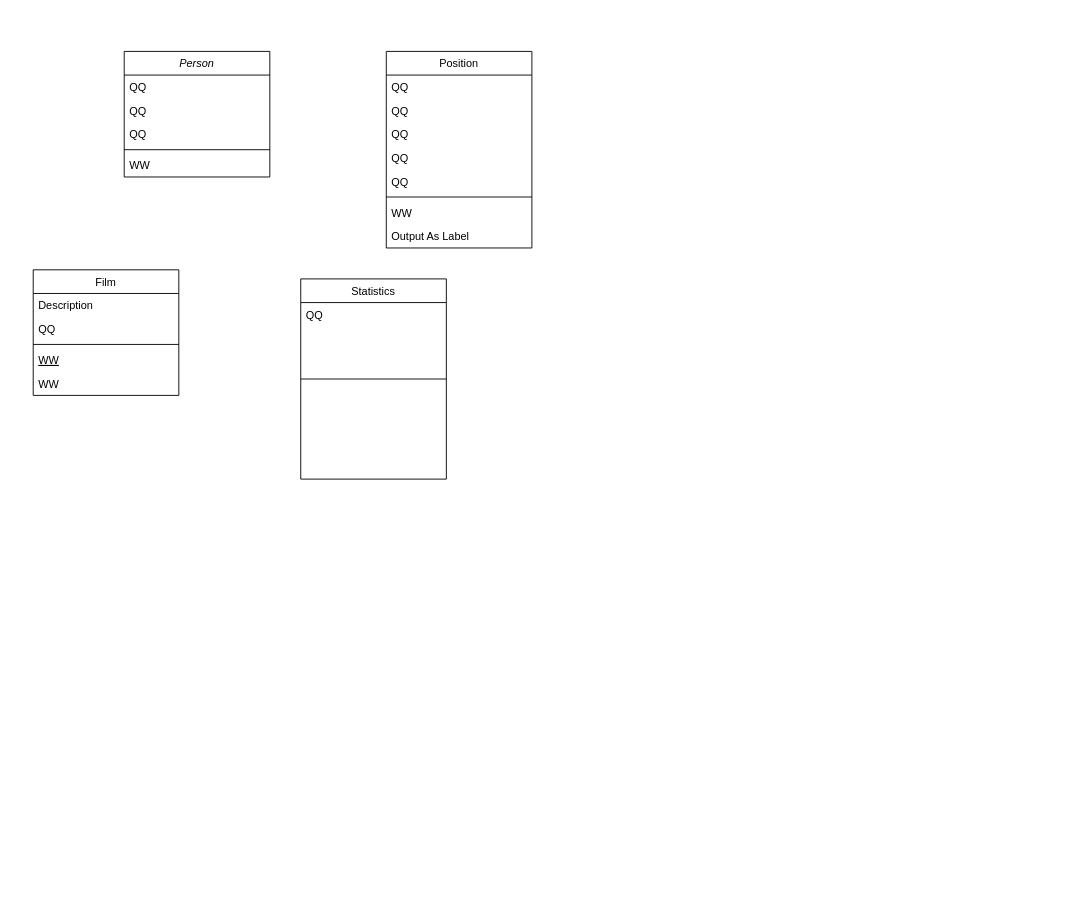
Earlier version of the draw.io diagram UML.drawio (demogi4523/lunx1b_hw2_sql). Source tidied: cells renumbered, new cells numbered last; positions are measured from the earlier drawing's top-left corner, leaving out a move shared by most shapes. Both pictures are drawn from the tidied source at 91%, with x=0, y=0 at pixel (33, 51).
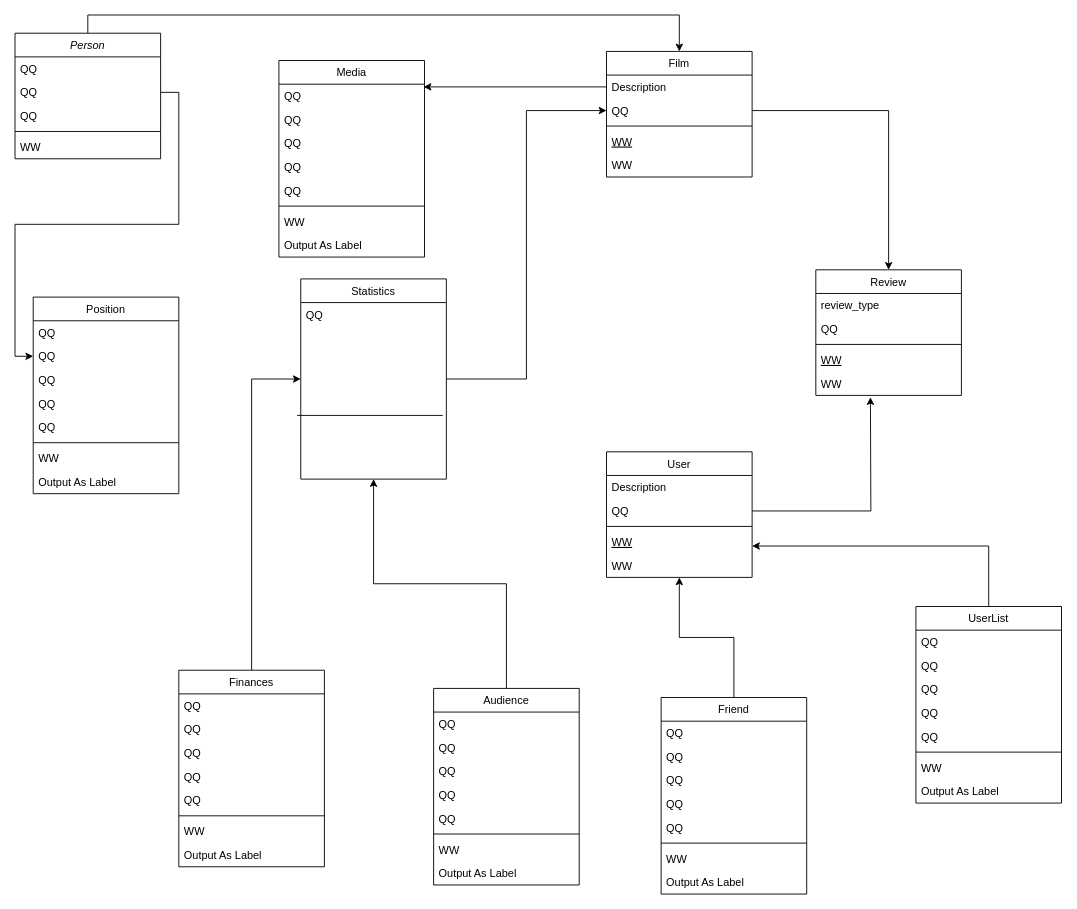
The same page after the edit.

Commit message:
(chore): Add first approximation of DB UML schema

The change refers to these unchanged cells:
```xml
<mxCell id="4" value="QQ" style="text;align=left;verticalAlign=top;spacingLeft=4;spacingRight=4;overflow=hidden;points=[[0,0.5],[1,0.5]];portConstraint=eastwest;rounded=0;shadow=0;html=0;" parent="2" vertex="1">
  <mxGeometry y="52" width="160" height="26" as="geometry" />
</mxCell>
<mxCell id="9" value="Description" style="text;align=left;verticalAlign=top;spacingLeft=4;spacingRight=4;overflow=hidden;points=[[0,0.5],[1,0.5]];portConstraint=eastwest;" parent="8" vertex="1">
  <mxGeometry y="26" width="160" height="26" as="geometry" />
</mxCell>
<mxCell id="10" value="QQ" style="text;align=left;verticalAlign=top;spacingLeft=4;spacingRight=4;overflow=hidden;points=[[0,0.5],[1,0.5]];portConstraint=eastwest;rounded=0;shadow=0;html=0;" parent="8" vertex="1">
  <mxGeometry y="52" width="160" height="26" as="geometry" />
</mxCell>
<mxCell id="14" value="Statistics&#10;" style="swimlane;fontStyle=0;align=center;verticalAlign=top;horizontal=1;startSize=26;rounded=0;shadow=0;strokeWidth=1;" parent="1" vertex="1">
  <mxGeometry x="294" y="250" width="160" height="220" as="geometry" />
</mxCell>
<mxCell id="18" value="QQ" style="text;align=left;verticalAlign=top;spacingLeft=4;spacingRight=4;overflow=hidden;points=[[0,0.5],[1,0.5]];portConstraint=eastwest;rounded=0;shadow=0;html=0;" parent="16" vertex="1">
  <mxGeometry y="52" width="160" height="26" as="geometry" />
</mxCell>
```

What changed in the source:
```diff
@@
+    <mxCell id="26" style="edgeStyle=orthogonalEdgeStyle;rounded=0;jettySize=auto;html=1;exitX=0.5;exitY=0;exitDx=0;exitDy=0;entryX=0.5;entryY=0;entryDx=0;entryDy=0;" parent="1" edge="1" source="2" target="8">
+      <mxGeometry relative="1" as="geometry" />
+    </mxCell>
     <mxCell id="2" value="Person" style="swimlane;fontStyle=2;align=center;verticalAlign=top;horizontal=1;startSize=26;rounded=0;shadow=0;strokeWidth=1;" parent="1" vertex="1">
-      <mxGeometry x="100" width="160" height="138" as="geometry" />
+      <mxGeometry x="-20" y="-20" width="160" height="138" as="geometry" />
     </mxCell>
@@
     <mxCell id="8" value="Film" style="swimlane;fontStyle=0;align=center;verticalAlign=top;horizontal=1;startSize=26;rounded=0;shadow=0;strokeWidth=1;" parent="1" vertex="1">
-      <mxGeometry y="240" width="160" height="138" as="geometry" />
+      <mxGeometry x="630" width="160" height="138" as="geometry" />
     </mxCell>
@@
+    <mxCell id="27" style="edgeStyle=orthogonalEdgeStyle;rounded=0;jettySize=auto;html=1;exitX=1;exitY=0.5;exitDx=0;exitDy=0;entryX=0;entryY=0.5;entryDx=0;entryDy=0;" parent="1" edge="1" source="14" target="10">
+      <mxGeometry relative="1" as="geometry" />
+    </mxCell>
@@
     <mxCell id="16" value="Position" style="swimlane;fontStyle=0;align=center;verticalAlign=top;horizontal=1;startSize=26;rounded=0;shadow=0;strokeWidth=1;" parent="1" vertex="1">
-      <mxGeometry x="388" width="160" height="216" as="geometry" />
+      <mxGeometry y="270" width="160" height="216" as="geometry" />
     </mxCell>
@@
-    <mxCell id="25" style="endArrow=none;html=1;rounded=0;exitX=0;exitY=0.5;exitDx=0;exitDy=0;entryX=1;entryY=0.5;entryDx=0;entryDy=0;" parent="1" edge="1" source="14" target="14">
-      <mxGeometry relative="1" as="geometry" />
+    <mxCell id="25" style="endArrow=none;html=1;rounded=0;" parent="1" edge="1">
+      <mxGeometry relative="1" as="geometry">
+        <mxPoint x="290" y="400" as="sourcePoint" />
+        <mxPoint x="450" y="400" as="targetPoint" />
+      </mxGeometry>
     </mxCell>
+    <mxCell id="28" value="User" style="swimlane;fontStyle=0;align=center;verticalAlign=top;horizontal=1;startSize=26;rounded=0;shadow=0;strokeWidth=1;" parent="1" vertex="1">
+      <mxGeometry x="630" y="440" width="160" height="138" as="geometry" />
+    </mxCell>
+    <mxCell id="29" value="Description" style="text;align=left;verticalAlign=top;spacingLeft=4;spacingRight=4;overflow=hidden;" parent="28" vertex="1">
+      <mxGeometry y="26" width="160" height="26" as="geometry" />
+    </mxCell>
+    <mxCell id="30" style="edgeStyle=orthogonalEdgeStyle;rounded=0;jettySize=auto;html=1;exitX=1;exitY=0.5;exitDx=0;exitDy=0;" parent="28" edge="1" source="31">
+      <mxGeometry relative="1" as="geometry">
+        <mxPoint x="290" y="-60" as="targetPoint" />
+      </mxGeometry>
+    </mxCell>
+    <mxCell id="31" value="QQ" style="text;align=left;verticalAlign=top;spacingLeft=4;spacingRight=4;overflow=hidden;points=[[0,0.5],[1,0.5]];portConstraint=eastwest;rounded=0;shadow=0;html=0;" parent="28" vertex="1">
+      <mxGeometry y="52" width="160" height="26" as="geometry" />
+    </mxCell>
+    <mxCell id="32" style="line;html=1;strokeWidth=1;align=left;verticalAlign=middle;spacingTop=-1;spacingLeft=3;spacingRight=3;labelPosition=right;" parent="28" vertex="1">
+      <mxGeometry y="78" width="160" height="8" as="geometry" />
+    </mxCell>
+    <mxCell id="33" value="WW" style="text;align=left;verticalAlign=top;spacingLeft=4;spacingRight=4;overflow=hidden;fontStyle=4;" parent="28" vertex="1">
+      <mxGeometry y="86" width="160" height="26" as="geometry" />
+    </mxCell>
+    <mxCell id="34" value="WW" style="text;align=left;verticalAlign=top;spacingLeft=4;spacingRight=4;overflow=hidden;" parent="28" vertex="1">
+      <mxGeometry y="112" width="160" height="26" as="geometry" />
+    </mxCell>
+    <mxCell id="35" value="Review" style="swimlane;fontStyle=0;align=center;verticalAlign=top;horizontal=1;startSize=26;rounded=0;shadow=0;strokeWidth=1;" parent="1" vertex="1">
+      <mxGeometry x="860" y="240" width="160" height="138" as="geometry" />
+    </mxCell>
+    <mxCell id="36" value="review_type" style="text;align=left;verticalAlign=top;spacingLeft=4;spacingRight=4;overflow=hidden;" parent="35" vertex="1">
+      <mxGeometry y="26" width="160" height="26" as="geometry" />
+    </mxCell>
+    <mxCell id="37" value="QQ" style="text;align=left;verticalAlign=top;spacingLeft=4;spacingRight=4;overflow=hidden;rounded=0;shadow=0;html=0;" parent="35" vertex="1">
+      <mxGeometry y="52" width="160" height="26" as="geometry" />
+    </mxCell>
+    <mxCell id="38" style="line;html=1;strokeWidth=1;align=left;verticalAlign=middle;spacingTop=-1;spacingLeft=3;spacingRight=3;labelPosition=right;" parent="35" vertex="1">
+      <mxGeometry y="78" width="160" height="8" as="geometry" />
+    </mxCell>
+    <mxCell id="39" value="WW" style="text;align=left;verticalAlign=top;spacingLeft=4;spacingRight=4;overflow=hidden;fontStyle=4;" parent="35" vertex="1">
+      <mxGeometry y="86" width="160" height="26" as="geometry" />
+    </mxCell>
+    <mxCell id="40" value="WW" style="text;align=left;verticalAlign=top;spacingLeft=4;spacingRight=4;overflow=hidden;" parent="35" vertex="1">
+      <mxGeometry y="112" width="160" height="26" as="geometry" />
+    </mxCell>
+    <mxCell id="41" style="edgeStyle=orthogonalEdgeStyle;rounded=0;jettySize=auto;html=1;exitX=1;exitY=0.5;exitDx=0;exitDy=0;" parent="1" edge="1" source="4" target="18">
+      <mxGeometry relative="1" as="geometry" />
+    </mxCell>
+    <mxCell id="42" style="edgeStyle=orthogonalEdgeStyle;rounded=0;jettySize=auto;html=1;exitX=1;exitY=0.5;exitDx=0;exitDy=0;entryX=0.5;entryY=0;entryDx=0;entryDy=0;" parent="1" edge="1" source="10" target="35">
+      <mxGeometry relative="1" as="geometry" />
+    </mxCell>
+    <mxCell id="43" style="edgeStyle=orthogonalEdgeStyle;rounded=0;jettySize=auto;html=1;exitX=0.5;exitY=0;exitDx=0;exitDy=0;entryX=0;entryY=0.5;entryDx=0;entryDy=0;" parent="1" edge="1" source="44" target="14">
+      <mxGeometry relative="1" as="geometry" />
+    </mxCell>
+    <mxCell id="44" value="Finances" style="swimlane;fontStyle=0;align=center;verticalAlign=top;horizontal=1;startSize=26;rounded=0;shadow=0;strokeWidth=1;" parent="1" vertex="1">
+      <mxGeometry x="160" y="680" width="160" height="216" as="geometry" />
+    </mxCell>
+    <mxCell id="45" value="QQ" style="text;align=left;verticalAlign=top;spacingLeft=4;spacingRight=4;overflow=hidden;" parent="44" vertex="1">
+      <mxGeometry y="26" width="160" height="26" as="geometry" />
+    </mxCell>
+    <mxCell id="46" value="QQ" style="text;align=left;verticalAlign=top;spacingLeft=4;spacingRight=4;overflow=hidden;rounded=0;shadow=0;html=0;" parent="44" vertex="1">
+      <mxGeometry y="52" width="160" height="26" as="geometry" />
+    </mxCell>
+    <mxCell id="47" value="QQ" style="text;align=left;verticalAlign=top;spacingLeft=4;spacingRight=4;overflow=hidden;rounded=0;shadow=0;html=0;" parent="44" vertex="1">
+      <mxGeometry y="78" width="160" height="26" as="geometry" />
+    </mxCell>
+    <mxCell id="48" value="QQ" style="text;align=left;verticalAlign=top;spacingLeft=4;spacingRight=4;overflow=hidden;rounded=0;shadow=0;html=0;" parent="44" vertex="1">
+      <mxGeometry y="104" width="160" height="26" as="geometry" />
+    </mxCell>
+    <mxCell id="49" value="QQ" style="text;align=left;verticalAlign=top;spacingLeft=4;spacingRight=4;overflow=hidden;rounded=0;shadow=0;html=0;" parent="44" vertex="1">
+      <mxGeometry y="130" width="160" height="26" as="geometry" />
+    </mxCell>
+    <mxCell id="50" style="line;html=1;strokeWidth=1;align=left;verticalAlign=middle;spacingTop=-1;spacingLeft=3;spacingRight=3;labelPosition=right;" parent="44" vertex="1">
+      <mxGeometry y="156" width="160" height="8" as="geometry" />
+    </mxCell>
+    <mxCell id="51" value="WW" style="text;align=left;verticalAlign=top;spacingLeft=4;spacingRight=4;overflow=hidden;" parent="44" vertex="1">
+      <mxGeometry y="164" width="160" height="26" as="geometry" />
+    </mxCell>
+    <mxCell id="52" value="Output As Label" style="text;align=left;verticalAlign=top;spacingLeft=4;spacingRight=4;overflow=hidden;" parent="44" vertex="1">
+      <mxGeometry y="190" width="160" height="26" as="geometry" />
+    </mxCell>
+    <mxCell id="53" style="edgeStyle=orthogonalEdgeStyle;rounded=0;jettySize=auto;html=1;exitX=0.5;exitY=0;exitDx=0;exitDy=0;entryX=0.5;entryY=1;entryDx=0;entryDy=0;" parent="1" edge="1" source="54" target="14">
+      <mxGeometry relative="1" as="geometry" />
+    </mxCell>
+    <mxCell id="54" value="Audience" style="swimlane;fontStyle=0;align=center;verticalAlign=top;horizontal=1;startSize=26;rounded=0;shadow=0;strokeWidth=1;" parent="1" vertex="1">
+      <mxGeometry x="440" y="700" width="160" height="216" as="geometry" />
+    </mxCell>
+    <mxCell id="55" value="QQ" style="text;align=left;verticalAlign=top;spacingLeft=4;spacingRight=4;overflow=hidden;" parent="54" vertex="1">
+      <mxGeometry y="26" width="160" height="26" as="geometry" />
+    </mxCell>
+    <mxCell id="56" value="QQ" style="text;align=left;verticalAlign=top;spacingLeft=4;spacingRight=4;overflow=hidden;rounded=0;shadow=0;html=0;" parent="54" vertex="1">
+      <mxGeometry y="52" width="160" height="26" as="geometry" />
+    </mxCell>
+    <mxCell id="57" value="QQ" style="text;align=left;verticalAlign=top;spacingLeft=4;spacingRight=4;overflow=hidden;rounded=0;shadow=0;html=0;" parent="54" vertex="1">
+      <mxGeometry y="78" width="160" height="26" as="geometry" />
+    </mxCell>
+    <mxCell id="58" value="QQ" style="text;align=left;verticalAlign=top;spacingLeft=4;spacingRight=4;overflow=hidden;rounded=0;shadow=0;html=0;" parent="54" vertex="1">
+      <mxGeometry y="104" width="160" height="26" as="geometry" />
+    </mxCell>
+    <mxCell id="59" value="QQ" style="text;align=left;verticalAlign=top;spacingLeft=4;spacingRight=4;overflow=hidden;rounded=0;shadow=0;html=0;" parent="54" vertex="1">
+      <mxGeometry y="130" width="160" height="26" as="geometry" />
+    </mxCell>
+    <mxCell id="60" style="line;html=1;strokeWidth=1;align=left;verticalAlign=middle;spacingTop=-1;spacingLeft=3;spacingRight=3;labelPosition=right;" parent="54" vertex="1">
+      <mxGeometry y="156" width="160" height="8" as="geometry" />
+    </mxCell>
+    <mxCell id="61" value="WW" style="text;align=left;verticalAlign=top;spacingLeft=4;spacingRight=4;overflow=hidden;" parent="54" vertex="1">
+      <mxGeometry y="164" width="160" height="26" as="geometry" />
+    </mxCell>
+    <mxCell id="62" value="Output As Label" style="text;align=left;verticalAlign=top;spacingLeft=4;spacingRight=4;overflow=hidden;" parent="54" vertex="1">
+      <mxGeometry y="190" width="160" height="26" as="geometry" />
+    </mxCell>
+    <mxCell id="63" value="Media" style="swimlane;fontStyle=0;align=center;verticalAlign=top;horizontal=1;startSize=26;rounded=0;shadow=0;strokeWidth=1;" parent="1" vertex="1">
+      <mxGeometry x="270" y="10" width="160" height="216" as="geometry" />
+    </mxCell>
+    <mxCell id="64" value="QQ" style="text;align=left;verticalAlign=top;spacingLeft=4;spacingRight=4;overflow=hidden;points=[[0,0.5],[1,0.5]];portConstraint=eastwest;" parent="63" vertex="1">
+      <mxGeometry y="26" width="160" height="26" as="geometry" />
+    </mxCell>
+    <mxCell id="65" value="QQ" style="text;align=left;verticalAlign=top;spacingLeft=4;spacingRight=4;overflow=hidden;rounded=0;shadow=0;html=0;" parent="63" vertex="1">
+      <mxGeometry y="52" width="160" height="26" as="geometry" />
+    </mxCell>
+    <mxCell id="66" value="QQ" style="text;align=left;verticalAlign=top;spacingLeft=4;spacingRight=4;overflow=hidden;rounded=0;shadow=0;html=0;" parent="63" vertex="1">
+      <mxGeometry y="78" width="160" height="26" as="geometry" />
+    </mxCell>
+    <mxCell id="67" value="QQ" style="text;align=left;verticalAlign=top;spacingLeft=4;spacingRight=4;overflow=hidden;rounded=0;shadow=0;html=0;" parent="63" vertex="1">
+      <mxGeometry y="104" width="160" height="26" as="geometry" />
+    </mxCell>
+    <mxCell id="68" value="QQ" style="text;align=left;verticalAlign=top;spacingLeft=4;spacingRight=4;overflow=hidden;rounded=0;shadow=0;html=0;" parent="63" vertex="1">
+      <mxGeometry y="130" width="160" height="26" as="geometry" />
+    </mxCell>
+    <mxCell id="69" style="line;html=1;strokeWidth=1;align=left;verticalAlign=middle;spacingTop=-1;spacingLeft=3;spacingRight=3;labelPosition=right;" parent="63" vertex="1">
+      <mxGeometry y="156" width="160" height="8" as="geometry" />
+    </mxCell>
+    <mxCell id="70" value="WW" style="text;align=left;verticalAlign=top;spacingLeft=4;spacingRight=4;overflow=hidden;" parent="63" vertex="1">
+      <mxGeometry y="164" width="160" height="26" as="geometry" />
+    </mxCell>
+    <mxCell id="71" value="Output As Label" style="text;align=left;verticalAlign=top;spacingLeft=4;spacingRight=4;overflow=hidden;" parent="63" vertex="1">
+      <mxGeometry y="190" width="160" height="26" as="geometry" />
+    </mxCell>
+    <mxCell id="72" style="edgeStyle=orthogonalEdgeStyle;rounded=0;jettySize=auto;html=1;exitX=0;exitY=0.5;exitDx=0;exitDy=0;entryX=0.994;entryY=0.115;entryDx=0;entryDy=0;entryPerimeter=0;" parent="1" edge="1" source="9" target="64">
+      <mxGeometry relative="1" as="geometry" />
+    </mxCell>
+    <mxCell id="73" style="edgeStyle=orthogonalEdgeStyle;rounded=0;jettySize=auto;html=1;exitX=0.5;exitY=0;exitDx=0;exitDy=0;entryX=0.5;entryY=1;entryDx=0;entryDy=0;" parent="1" edge="1" source="74" target="28">
+      <mxGeometry relative="1" as="geometry" />
+    </mxCell>
+    <mxCell id="74" value="Friend" style="swimlane;fontStyle=0;align=center;verticalAlign=top;horizontal=1;startSize=26;rounded=0;shadow=0;strokeWidth=1;" parent="1" vertex="1">
+      <mxGeometry x="690" y="710" width="160" height="216" as="geometry" />
+    </mxCell>
+    <mxCell id="75" value="QQ" style="text;align=left;verticalAlign=top;spacingLeft=4;spacingRight=4;overflow=hidden;" parent="74" vertex="1">
+      <mxGeometry y="26" width="160" height="26" as="geometry" />
+    </mxCell>
+    <mxCell id="76" value="QQ" style="text;align=left;verticalAlign=top;spacingLeft=4;spacingRight=4;overflow=hidden;rounded=0;shadow=0;html=0;" parent="74" vertex="1">
+      <mxGeometry y="52" width="160" height="26" as="geometry" />
+    </mxCell>
+    <mxCell id="77" value="QQ" style="text;align=left;verticalAlign=top;spacingLeft=4;spacingRight=4;overflow=hidden;rounded=0;shadow=0;html=0;" parent="74" vertex="1">
+      <mxGeometry y="78" width="160" height="26" as="geometry" />
+    </mxCell>
+    <mxCell id="78" value="QQ" style="text;align=left;verticalAlign=top;spacingLeft=4;spacingRight=4;overflow=hidden;rounded=0;shadow=0;html=0;" parent="74" vertex="1">
+      <mxGeometry y="104" width="160" height="26" as="geometry" />
+    </mxCell>
+    <mxCell id="79" value="QQ" style="text;align=left;verticalAlign=top;spacingLeft=4;spacingRight=4;overflow=hidden;rounded=0;shadow=0;html=0;" parent="74" vertex="1">
+      <mxGeometry y="130" width="160" height="26" as="geometry" />
+    </mxCell>
+    <mxCell id="80" style="line;html=1;strokeWidth=1;align=left;verticalAlign=middle;spacingTop=-1;spacingLeft=3;spacingRight=3;labelPosition=right;" parent="74" vertex="1">
+      <mxGeometry y="156" width="160" height="8" as="geometry" />
+    </mxCell>
+    <mxCell id="81" value="WW" style="text;align=left;verticalAlign=top;spacingLeft=4;spacingRight=4;overflow=hidden;" parent="74" vertex="1">
+      <mxGeometry y="164" width="160" height="26" as="geometry" />
+    </mxCell>
+    <mxCell id="82" value="Output As Label" style="text;align=left;verticalAlign=top;spacingLeft=4;spacingRight=4;overflow=hidden;" parent="74" vertex="1">
+      <mxGeometry y="190" width="160" height="26" as="geometry" />
+    </mxCell>
+    <mxCell id="83" style="edgeStyle=orthogonalEdgeStyle;rounded=0;jettySize=auto;html=1;exitX=0.5;exitY=0;exitDx=0;exitDy=0;entryX=1;entryY=0.75;entryDx=0;entryDy=0;" parent="1" edge="1" source="84" target="28">
+      <mxGeometry relative="1" as="geometry" />
+    </mxCell>
+    <mxCell id="84" value="UserList" style="swimlane;fontStyle=0;align=center;verticalAlign=top;horizontal=1;startSize=26;rounded=0;shadow=0;strokeWidth=1;" parent="1" vertex="1">
+      <mxGeometry x="970" y="610" width="160" height="216" as="geometry" />
+    </mxCell>
+    <mxCell id="85" value="QQ" style="text;align=left;verticalAlign=top;spacingLeft=4;spacingRight=4;overflow=hidden;" parent="84" vertex="1">
+      <mxGeometry y="26" width="160" height="26" as="geometry" />
+    </mxCell>
+    <mxCell id="86" value="QQ" style="text;align=left;verticalAlign=top;spacingLeft=4;spacingRight=4;overflow=hidden;rounded=0;shadow=0;html=0;" parent="84" vertex="1">
+      <mxGeometry y="52" width="160" height="26" as="geometry" />
+    </mxCell>
+    <mxCell id="87" value="QQ" style="text;align=left;verticalAlign=top;spacingLeft=4;spacingRight=4;overflow=hidden;rounded=0;shadow=0;html=0;" parent="84" vertex="1">
+      <mxGeometry y="78" width="160" height="26" as="geometry" />
+    </mxCell>
+    <mxCell id="88" value="QQ" style="text;align=left;verticalAlign=top;spacingLeft=4;spacingRight=4;overflow=hidden;rounded=0;shadow=0;html=0;" parent="84" vertex="1">
+      <mxGeometry y="104" width="160" height="26" as="geometry" />
+    </mxCell>
+    <mxCell id="89" value="QQ" style="text;align=left;verticalAlign=top;spacingLeft=4;spacingRight=4;overflow=hidden;rounded=0;shadow=0;html=0;" parent="84" vertex="1">
+      <mxGeometry y="130" width="160" height="26" as="geometry" />
+    </mxCell>
+    <mxCell id="90" style="line;html=1;strokeWidth=1;align=left;verticalAlign=middle;spacingTop=-1;spacingLeft=3;spacingRight=3;labelPosition=right;" parent="84" vertex="1">
+      <mxGeometry y="156" width="160" height="8" as="geometry" />
+    </mxCell>
+    <mxCell id="91" value="WW" style="text;align=left;verticalAlign=top;spacingLeft=4;spacingRight=4;overflow=hidden;" parent="84" vertex="1">
+      <mxGeometry y="164" width="160" height="26" as="geometry" />
+    </mxCell>
+    <mxCell id="92" value="Output As Label" style="text;align=left;verticalAlign=top;spacingLeft=4;spacingRight=4;overflow=hidden;" parent="84" vertex="1">
+      <mxGeometry y="190" width="160" height="26" as="geometry" />
+    </mxCell>
```
